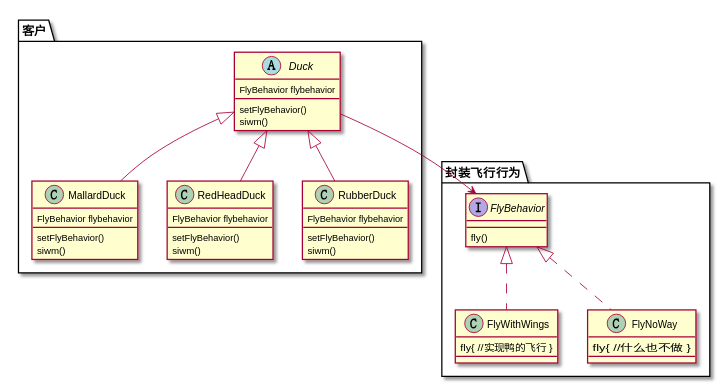
Before: pattern_umls/strategy/duck_strategy.svg, a diagram exported from PlantUML (zzbb1199/HeadFirst).
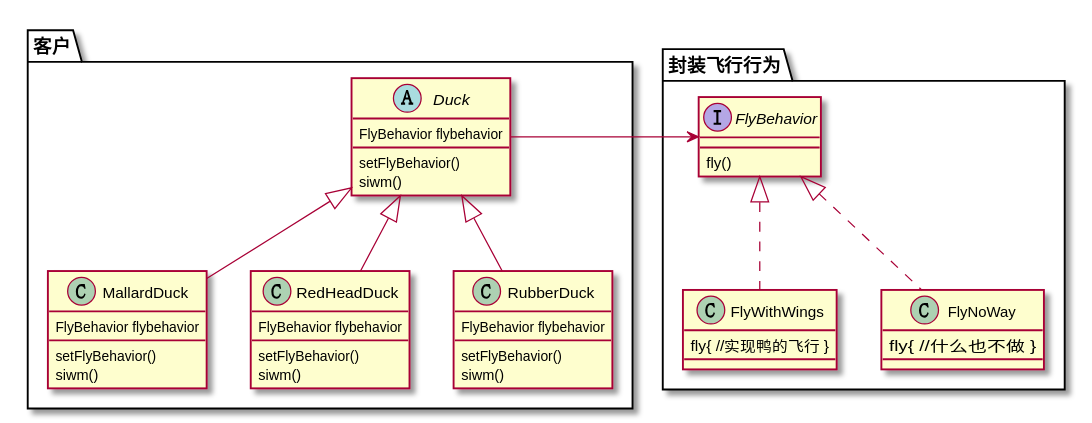
Above is the later version.

Diff of the diagram source:
```diff
@@ -57,7 +57,7 @@
 
 }
 
-Duck --> FlyBehavior
+Duck -> FlyBehavior
 
 
 
```
